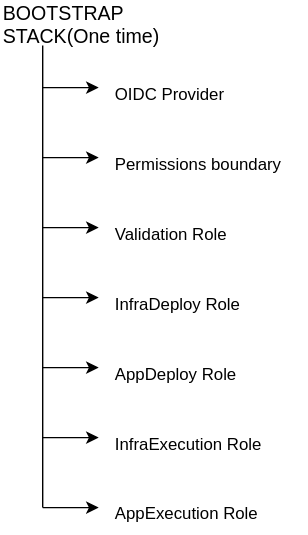
Before: docs/architecture_diagrams/security_foundation.drawio.svg, a diagram exported from draw.io (AdithyaBhatGS/aws-infrastructure-governance-assistant). Source tidied: cells renumbered, new cells last; positions are measured from the earlier drawing's top-left corner, leaving out a move shared by most shapes.
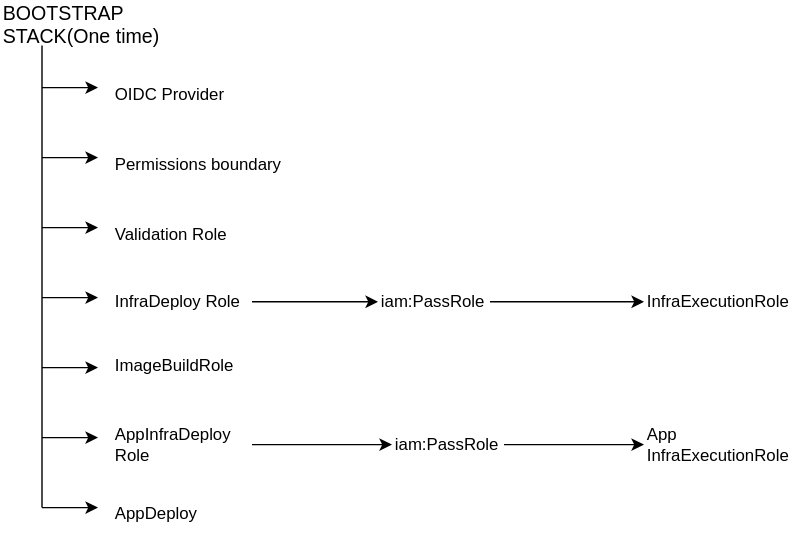
After the commit.

Change to the diagram source:
```diff
@@ -14,17 +14,20 @@
     <mxCell id="5" value="Validation Role" style="text;html=1;align=left;verticalAlign=middle;whiteSpace=wrap;rounded=0;" parent="1" vertex="1">
       <mxGeometry x="80" y="150" width="110" height="30" as="geometry" />
     </mxCell>
+    <mxCell id="18" style="edgeStyle=none;html=1;" parent="1" edge="1" source="6" target="22">
+      <mxGeometry relative="1" as="geometry" />
+    </mxCell>
     <mxCell id="6" value="InfraDeploy Role" style="text;html=1;align=left;verticalAlign=middle;whiteSpace=wrap;rounded=0;" parent="1" vertex="1">
-      <mxGeometry x="80" y="200" width="110" height="30" as="geometry" />
+      <mxGeometry x="80" y="198" width="100" height="30" as="geometry" />
     </mxCell>
-    <mxCell id="7" value="AppDeploy Role" style="text;html=1;align=left;verticalAlign=middle;whiteSpace=wrap;rounded=0;" parent="1" vertex="1">
-      <mxGeometry x="80" y="250" width="120" height="30" as="geometry" />
-    </mxCell>
-    <mxCell id="8" value="AppExecution Role" style="text;html=1;align=left;verticalAlign=middle;whiteSpace=wrap;rounded=0;" parent="1" vertex="1">
+    <mxCell id="8" value="&lt;span style=&quot;color: rgb(0, 0, 0);&quot;&gt;AppDeploy&lt;/span&gt;" style="text;html=1;align=left;verticalAlign=middle;whiteSpace=wrap;rounded=0;" parent="1" vertex="1">
       <mxGeometry x="80" y="350" width="110" height="30" as="geometry" />
     </mxCell>
+    <mxCell id="19" style="edgeStyle=none;html=1;entryX=0;entryY=0.5;entryDx=0;entryDy=0;" parent="1" edge="1" source="9" target="24">
+      <mxGeometry relative="1" as="geometry" />
+    </mxCell>
-    <mxCell id="9" value="InfraExecution Role" style="text;html=1;align=left;verticalAlign=middle;whiteSpace=wrap;rounded=0;" parent="1" vertex="1">
-      <mxGeometry x="80" y="300" width="130" height="30" as="geometry" />
+    <mxCell id="9" value="&lt;span style=&quot;color: rgb(0, 0, 0);&quot;&gt;AppInfraDeploy Role&lt;/span&gt;" style="text;html=1;align=left;verticalAlign=middle;whiteSpace=wrap;rounded=0;" parent="1" vertex="1">
+      <mxGeometry x="80" y="300" width="100" height="30" as="geometry" />
     </mxCell>
     <mxCell id="10" style="endArrow=none;html=1;entryX=0.25;entryY=1;entryDx=0;entryDy=0;" parent="1" edge="1" target="2">
       <mxGeometry relative="1" as="geometry">
@@ -73,5 +76,30 @@
         <mxPoint x="70" y="360" as="targetPoint" />
       </mxGeometry>
     </mxCell>
+    <mxCell id="20" value="ImageBuildRole" style="text;whiteSpace=wrap;html=1;" parent="1" vertex="1">
+      <mxGeometry x="80" y="245" width="100" height="40" as="geometry" />
+    </mxCell>
+    <mxCell id="21" style="edgeStyle=none;html=1;" parent="1" edge="1" source="22" target="23">
+      <mxGeometry relative="1" as="geometry">
+        <Array as="points">
+          <mxPoint x="370" y="213" />
+        </Array>
+      </mxGeometry>
+    </mxCell>
+    <mxCell id="22" value="iam:PassRole" style="text;html=1;align=left;verticalAlign=middle;whiteSpace=wrap;rounded=0;" parent="1" vertex="1">
+      <mxGeometry x="270" y="198" width="80" height="30" as="geometry" />
+    </mxCell>
+    <mxCell id="23" value="InfraExecutionRole" style="text;html=1;align=left;verticalAlign=middle;whiteSpace=wrap;rounded=0;" parent="1" vertex="1">
+      <mxGeometry x="460" y="198" width="110" height="30" as="geometry" />
+    </mxCell>
+    <mxCell id="24" value="iam:PassRole" style="text;html=1;align=left;verticalAlign=middle;whiteSpace=wrap;rounded=0;" parent="1" vertex="1">
+      <mxGeometry x="280" y="300" width="80" height="30" as="geometry" />
+    </mxCell>
+    <mxCell id="25" style="edgeStyle=none;html=1;exitX=1;exitY=0.5;exitDx=0;exitDy=0;entryX=0;entryY=0.5;entryDx=0;entryDy=0;" parent="1" edge="1" source="24" target="26">
+      <mxGeometry relative="1" as="geometry" />
+    </mxCell>
+    <mxCell id="26" value="App InfraExecutionRole" style="text;html=1;align=left;verticalAlign=middle;whiteSpace=wrap;rounded=0;" parent="1" vertex="1">
+      <mxGeometry x="460" y="300" width="110" height="30" as="geometry" />
+    </mxCell>
   </root>
 </mxGraphModel>
```
